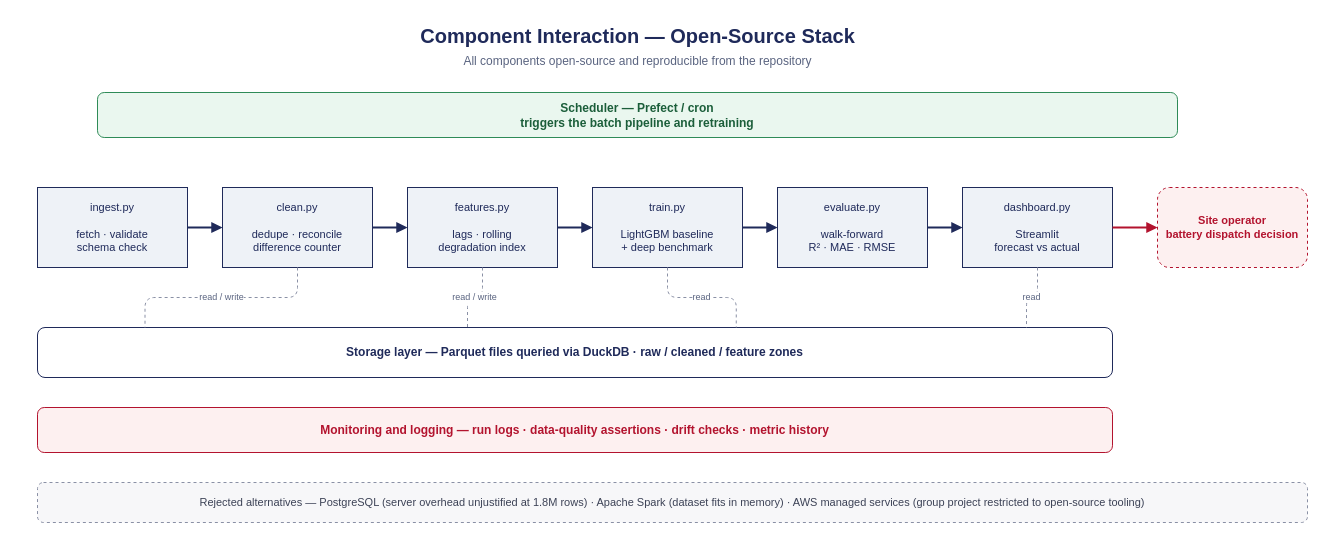
Uttam1618/PRT661-solar-forecasting keeps this draw.io diagram as Architecture_Diagrams/04-component-interaction.drawio. Above is the earlier version. Source tidied: cells renumbered, new cells numbered last; positions are measured from the earlier drawing's top-left corner, leaving out a move shared by most shapes. Both pictures are drawn from the tidied source at 100%, with x=0, y=0 at pixel (17, 17).
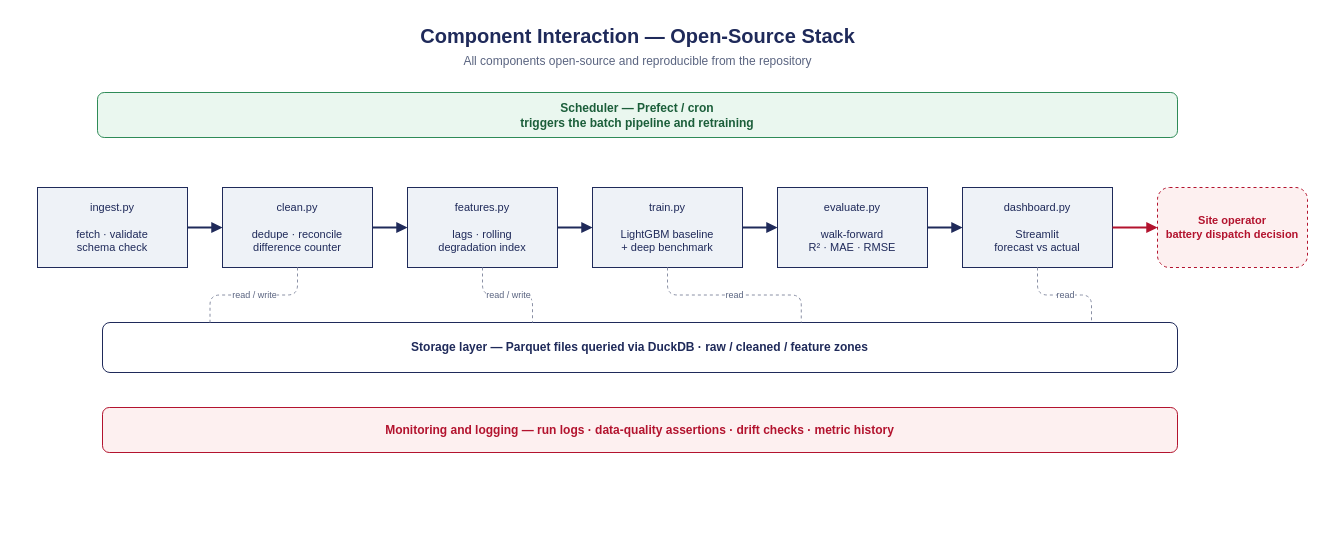
The same diagram, later.

What changed in the source:
```diff
@@
     <mxCell id="11" value="Storage layer — Parquet files queried via DuckDB    ·    raw / cleaned / feature zones" style="rounded=1;whiteSpace=wrap;html=1;fillColor=#FFFFFF;strokeColor=#1F2A5A;fontColor=#1F2A5A;fontSize=12;fontStyle=1;" parent="1" vertex="1">
-      <mxGeometry x="20" y="310" width="1075" height="50" as="geometry" />
+      <mxGeometry x="85" y="305" width="1075" height="50" as="geometry" />
     </mxCell>
     <mxCell id="12" value="Monitoring and logging — run logs · data-quality assertions · drift checks · metric history" style="rounded=1;whiteSpace=wrap;html=1;fillColor=#FDF0F0;strokeColor=#B3132E;fontColor=#B3132E;fontSize=12;fontStyle=1;" parent="1" vertex="1">
-      <mxGeometry x="20" y="390" width="1075" height="45" as="geometry" />
+      <mxGeometry x="85" y="390" width="1075" height="45" as="geometry" />
     </mxCell>
@@
-    <mxCell id="24" value="Rejected alternatives — PostgreSQL (server overhead unjustified at 1.8M rows) · Apache Spark (dataset fits in memory) · AWS managed services (group project restricted to open-source tooling)" style="rounded=1;whiteSpace=wrap;html=1;fillColor=#F7F7F9;strokeColor=#8A90A5;fontColor=#3C4256;fontSize=11;dashed=1;" parent="1" vertex="1">
-      <mxGeometry x="20" y="465" width="1270" height="40" as="geometry" />
-    </mxCell>
```
